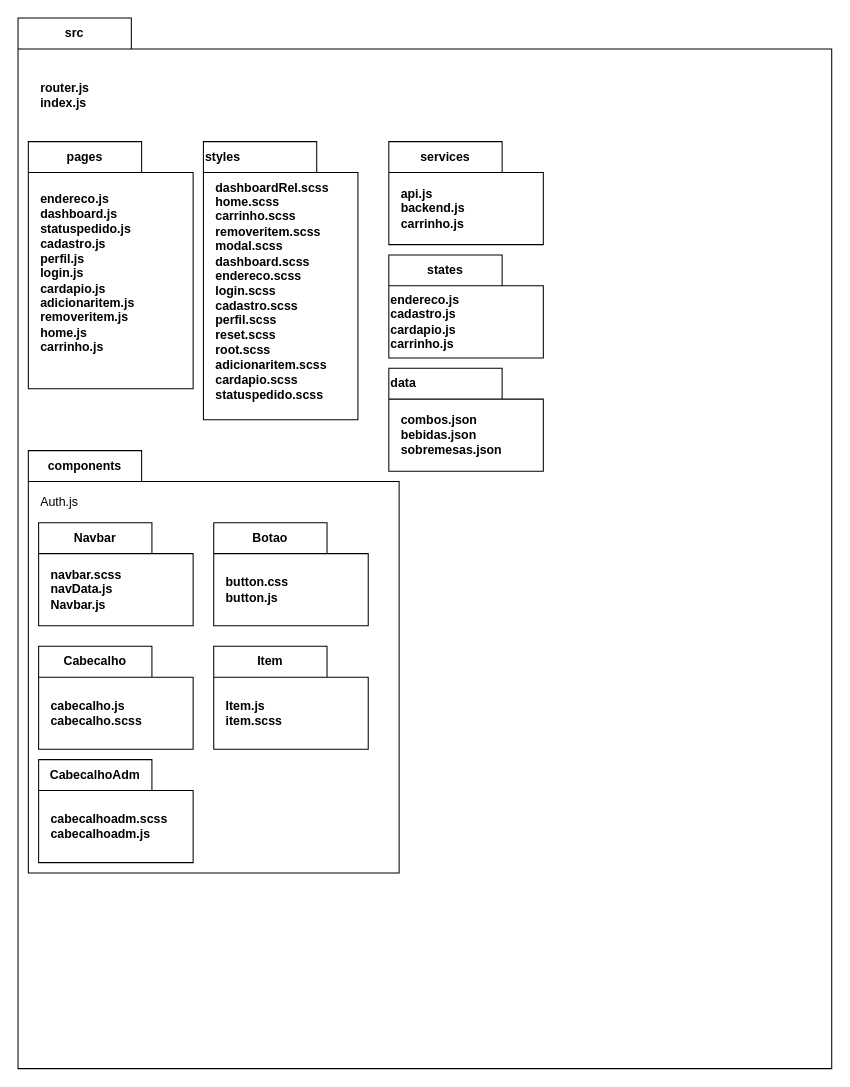
Before: diagrama de pacote.drawio in tomast1337/diagrams.net, a draw.io diagram. Source tidied: cells renumbered, new cells numbered last; positions are measured from the earlier drawing's top-left corner, leaving out a move shared by most shapes. Both pictures are drawn from the tidied source at 103%, with x=0, y=0 at pixel (18, 18).
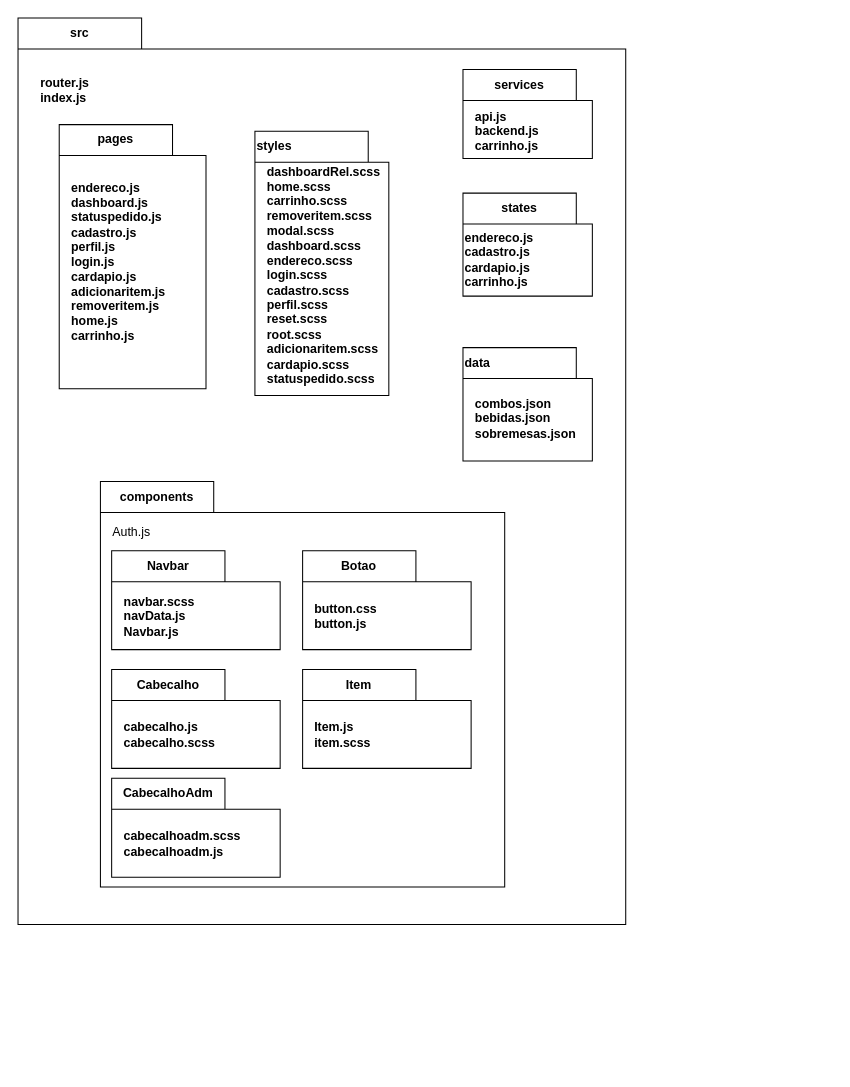
After the change.

The edit, as a diff of the source:
```diff
@@
-    <mxCell id="2" value="src&lt;br&gt;" style="shape=folder;fontStyle=1;tabWidth=110;tabHeight=30;tabPosition=left;html=1;boundedLbl=1;labelInHeader=1;whiteSpace=wrap;align=center;" parent="1" vertex="1">
-      <mxGeometry width="790" height="1020" as="geometry" />
+    <mxCell id="2" value="src&lt;br&gt;" style="shape=folder;fontStyle=1;tabWidth=120;tabHeight=30;tabPosition=left;html=1;boundedLbl=1;labelInHeader=1;whiteSpace=wrap;align=center;" parent="1" vertex="1">
+      <mxGeometry width="590" height="880" as="geometry" />
     </mxCell>
     <mxCell id="3" value="&lt;div&gt;router.js&lt;/div&gt;&lt;div&gt;index.js&lt;/div&gt;" style="html=1;strokeColor=none;fillColor=none;whiteSpace=wrap;align=left;fontStyle=1;" parent="2" vertex="1">
-      <mxGeometry width="100" height="70" relative="1" as="geometry">
+      <mxGeometry width="74.68" height="60.39" relative="1" as="geometry">
         <mxPoint x="20" y="40" as="offset" />
       </mxGeometry>
     </mxCell>
     <mxCell id="4" value="pages" style="shape=folder;fontStyle=1;tabWidth=110;tabHeight=30;tabPosition=left;html=1;boundedLbl=1;labelInHeader=1;whiteSpace=wrap;" parent="2" vertex="1">
-      <mxGeometry x="10" y="120" width="160" height="240" as="geometry" />
+      <mxGeometry x="40" y="103.5" width="142.5" height="256.5" as="geometry" />
     </mxCell>
     <mxCell id="5" value="&lt;div&gt;endereco.js&lt;/div&gt;&lt;div&gt;dashboard.js&lt;/div&gt;&lt;div&gt;statuspedido.js&lt;/div&gt;&lt;div&gt;cadastro.js&lt;/div&gt;&lt;div&gt;perfil.js&lt;/div&gt;&lt;div&gt;login.js&lt;/div&gt;&lt;div&gt;cardapio.js&lt;/div&gt;&lt;div&gt;adicionaritem.js&lt;/div&gt;&lt;div&gt;removeritem.js&lt;/div&gt;&lt;div&gt;home.js&lt;/div&gt;&lt;div&gt;carrinho.js&lt;/div&gt;" style="html=1;strokeColor=none;fillColor=none;whiteSpace=wrap;align=left;fontStyle=1;" parent="4" vertex="1">
-      <mxGeometry width="72.86" height="156.92" relative="1" as="geometry">
+      <mxGeometry width="64.9" height="167.69" relative="1" as="geometry">
         <mxPoint x="10" y="50" as="offset" />
       </mxGeometry>
     </mxCell>
     <mxCell id="6" value="data" style="shape=folder;fontStyle=1;tabWidth=110;tabHeight=30;tabPosition=left;html=1;boundedLbl=1;labelInHeader=1;whiteSpace=wrap;align=left;" parent="2" vertex="1">
-      <mxGeometry x="360" y="340" width="150" height="100" as="geometry" />
+      <mxGeometry x="432" y="320" width="125.6" height="110" as="geometry" />
     </mxCell>
     <mxCell id="7" value="combos.json&#10;bebidas.json&#10;sobremesas.json" style="html=1;strokeColor=none;fillColor=none;whiteSpace=wrap;align=left;fontStyle=1;" parent="6" vertex="1">
-      <mxGeometry width="140" height="70" relative="1" as="geometry">
+      <mxGeometry width="117.2" height="77" relative="1" as="geometry">
         <mxPoint x="10" y="30" as="offset" />
       </mxGeometry>
     </mxCell>
     <mxCell id="8" value="services" style="shape=folder;fontStyle=1;tabWidth=110;tabHeight=30;tabPosition=left;html=1;boundedLbl=1;labelInHeader=1;whiteSpace=wrap;" parent="2" vertex="1">
-      <mxGeometry x="360" y="120" width="150" height="100" as="geometry" />
+      <mxGeometry x="432" y="50" width="125.6" height="86.3" as="geometry" />
     </mxCell>
     <mxCell id="9" value="api.js&#10;backend.js&#10;carrinho.js" style="html=1;strokeColor=none;fillColor=none;whiteSpace=wrap;align=left;fontStyle=1;" parent="8" vertex="1">
-      <mxGeometry width="140" height="70" relative="1" as="geometry">
+      <mxGeometry width="117.2" height="60.39" relative="1" as="geometry">
         <mxPoint x="10" y="30" as="offset" />
       </mxGeometry>
     </mxCell>
     <mxCell id="10" value="styles" style="shape=folder;fontStyle=1;tabWidth=110;tabHeight=30;tabPosition=left;html=1;boundedLbl=1;labelInHeader=1;whiteSpace=wrap;align=left;" parent="2" vertex="1">
-      <mxGeometry x="180" y="120" width="150" height="270" as="geometry" />
+      <mxGeometry x="230" y="110" width="130" height="256.5" as="geometry" />
     </mxCell>
     <mxCell id="11" value="dashboardRel.scss&#10;home.scss&#10;carrinho.scss&#10;removeritem.scss&#10;modal.scss&#10;dashboard.scss&#10;endereco.scss&#10;login.scss&#10;cadastro.scss&#10;perfil.scss&#10;reset.scss&#10;root.scss&#10;adicionaritem.scss&#10;cardapio.scss&#10;statuspedido.scss" style="html=1;strokeColor=none;fillColor=none;whiteSpace=wrap;align=left;fontStyle=1;" parent="10" vertex="1">
-      <mxGeometry width="140" height="210" relative="1" as="geometry">
+      <mxGeometry width="121.33" height="199.48" relative="1" as="geometry">
         <mxPoint x="10" y="40" as="offset" />
       </mxGeometry>
     </mxCell>
     <mxCell id="12" value="components" style="shape=folder;fontStyle=1;tabWidth=110;tabHeight=30;tabPosition=left;html=1;boundedLbl=1;labelInHeader=1;whiteSpace=wrap;" parent="2" vertex="1">
-      <mxGeometry x="10" y="420" width="360" height="410" as="geometry" />
+      <mxGeometry x="80" y="450" width="392.5" height="393.7" as="geometry" />
     </mxCell>
     <mxCell id="13" value="Auth.js" style="html=1;strokeColor=none;fillColor=none;whiteSpace=wrap;align=left;" parent="12" vertex="1">
-      <mxGeometry width="350" height="40" relative="1" as="geometry">
+      <mxGeometry width="381.63" height="38.41" relative="1" as="geometry">
         <mxPoint x="10" y="30" as="offset" />
       </mxGeometry>
     </mxCell>
     <mxCell id="14" value="Navbar" style="shape=folder;fontStyle=1;tabWidth=110;tabHeight=30;tabPosition=left;html=1;boundedLbl=1;labelInHeader=1;whiteSpace=wrap;" parent="12" vertex="1">
-      <mxGeometry x="10" y="70" width="150" height="100" as="geometry" />
+      <mxGeometry x="10.9" y="67.2" width="163.6" height="96" as="geometry" />
     </mxCell>
     <mxCell id="15" value="&lt;div&gt;navbar.scss&lt;/div&gt;&lt;div&gt;navData.js&lt;/div&gt;&lt;div&gt;Navbar.js&lt;/div&gt;" style="html=1;strokeColor=none;fillColor=none;whiteSpace=wrap;align=left;fontStyle=1;" parent="14" vertex="1">
-      <mxGeometry width="140" height="70" relative="1" as="geometry">
+      <mxGeometry width="152.65" height="67.22" relative="1" as="geometry">
         <mxPoint x="10" y="30" as="offset" />
       </mxGeometry>
     </mxCell>
     <mxCell id="16" value="Cabecalho" style="shape=folder;fontStyle=1;tabWidth=110;tabHeight=30;tabPosition=left;html=1;boundedLbl=1;labelInHeader=1;whiteSpace=wrap;" parent="12" vertex="1">
-      <mxGeometry x="10" y="190" width="150" height="100" as="geometry" />
+      <mxGeometry x="10.9" y="182.5" width="163.6" height="96" as="geometry" />
     </mxCell>
     <mxCell id="17" value="&lt;div&gt;cabecalho.js&lt;/div&gt;&lt;div&gt;cabecalho.scss&lt;/div&gt;" style="html=1;strokeColor=none;fillColor=none;whiteSpace=wrap;align=left;fontStyle=1;" parent="16" vertex="1">
-      <mxGeometry width="140" height="70" relative="1" as="geometry">
+      <mxGeometry width="152.65" height="67.22" relative="1" as="geometry">
         <mxPoint x="10" y="30" as="offset" />
       </mxGeometry>
     </mxCell>
     <mxCell id="18" value="CabecalhoAdm" style="shape=folder;fontStyle=1;tabWidth=110;tabHeight=30;tabPosition=left;html=1;boundedLbl=1;labelInHeader=1;whiteSpace=wrap;" parent="12" vertex="1">
-      <mxGeometry x="10" y="300" width="150" height="100" as="geometry" />
+      <mxGeometry x="10.9" y="288.1" width="163.6" height="96" as="geometry" />
     </mxCell>
     <mxCell id="19" value="cabecalhoadm.scss&#10;cabecalhoadm.js" style="html=1;strokeColor=none;fillColor=none;whiteSpace=wrap;align=left;fontStyle=1;" parent="18" vertex="1">
-      <mxGeometry width="140" height="70" relative="1" as="geometry">
+      <mxGeometry width="152.65" height="67.22" relative="1" as="geometry">
         <mxPoint x="10" y="30" as="offset" />
       </mxGeometry>
     </mxCell>
     <mxCell id="20" value="Botao" style="shape=folder;fontStyle=1;tabWidth=110;tabHeight=30;tabPosition=left;html=1;boundedLbl=1;labelInHeader=1;whiteSpace=wrap;" parent="12" vertex="1">
-      <mxGeometry x="180" y="70" width="150" height="100" as="geometry" />
+      <mxGeometry x="196.3" y="67.2" width="163.6" height="96" as="geometry" />
     </mxCell>
     <mxCell id="21" value="&lt;div&gt;button.css&lt;/div&gt;&lt;div&gt;button.js&lt;/div&gt;" style="html=1;strokeColor=none;fillColor=none;whiteSpace=wrap;align=left;fontStyle=1;" parent="20" vertex="1">
-      <mxGeometry width="140" height="70" relative="1" as="geometry">
+      <mxGeometry width="152.65" height="67.22" relative="1" as="geometry">
         <mxPoint x="10" y="30" as="offset" />
       </mxGeometry>
     </mxCell>
     <mxCell id="22" value="Item" style="shape=folder;fontStyle=1;tabWidth=110;tabHeight=30;tabPosition=left;html=1;boundedLbl=1;labelInHeader=1;whiteSpace=wrap;" parent="12" vertex="1">
-      <mxGeometry x="180" y="190" width="150" height="100" as="geometry" />
+      <mxGeometry x="196.3" y="182.5" width="163.6" height="96" as="geometry" />
     </mxCell>
     <mxCell id="23" value="Item.js&#10;item.scss" style="html=1;strokeColor=none;fillColor=none;whiteSpace=wrap;align=left;fontStyle=1;" parent="22" vertex="1">
-      <mxGeometry width="140" height="70" relative="1" as="geometry">
+      <mxGeometry width="152.65" height="67.22" relative="1" as="geometry">
         <mxPoint x="10" y="30" as="offset" />
       </mxGeometry>
     </mxCell>
     <mxCell id="24" value="states" style="shape=folder;fontStyle=1;tabWidth=110;tabHeight=30;tabPosition=left;html=1;boundedLbl=1;labelInHeader=1;whiteSpace=wrap;" parent="2" vertex="1">
-      <mxGeometry x="360" y="230" width="150" height="100" as="geometry" />
+      <mxGeometry x="432" y="170" width="125.6" height="100" as="geometry" />
     </mxCell>
     <mxCell id="25" value="&lt;div&gt;endereco.js&lt;/div&gt;&lt;div&gt;cadastro.js&lt;/div&gt;&lt;div&gt;cardapio.js&lt;/div&gt;&lt;div&gt;carrinho.js&lt;/div&gt;" style="html=1;strokeColor=none;fillColor=none;whiteSpace=wrap;align=left;fontStyle=1;" parent="24" vertex="1">
-      <mxGeometry width="150" height="70" relative="1" as="geometry">
+      <mxGeometry width="125.57" height="70" relative="1" as="geometry">
         <mxPoint y="30" as="offset" />
       </mxGeometry>
     </mxCell>
```
